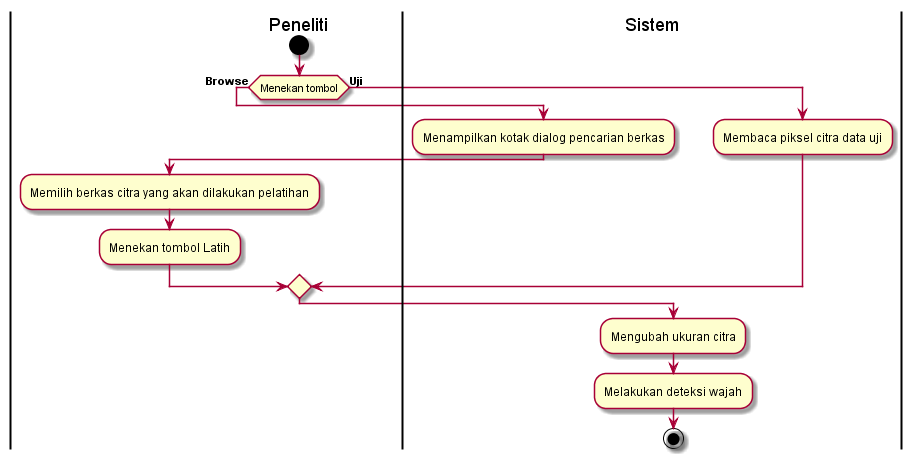
This is diagram/AD_deteksi_wajah.png from ayulestari10/gmisvm, a PlantUML export, as it was before one commit. Its diagram source:
```plantuml
@startuml
|                                      Peneliti |
start

|                                      Peneliti |
if (Menekan tombol) then (**Browse**)
| Sistem |
:Menampilkan kotak dialog pencarian berkas;
|                                      Peneliti |
:Memilih berkas citra yang akan dilakukan pelatihan;
|                                      Peneliti |
:Menekan tombol Latih;
| Sistem |

else (**Uji          **)
| Sistem |
:Membaca piksel citra data uji;
endif
:Mengubah ukuran citra;
:Melakukan deteksi wajah;


stop
@enduml
```
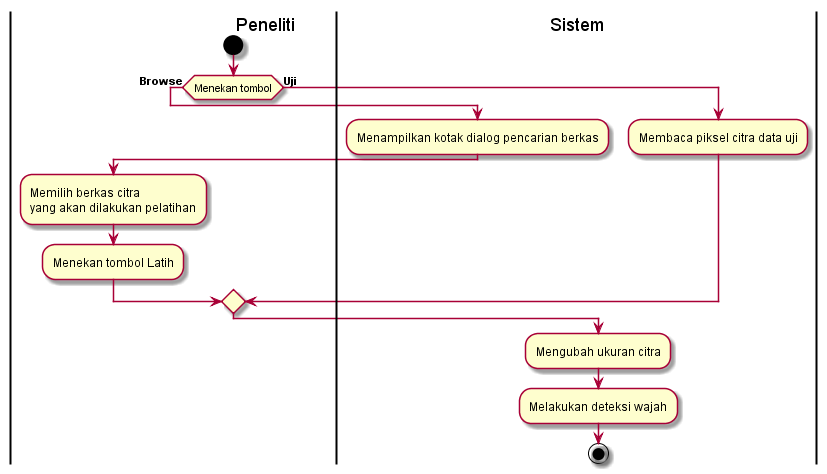
After the commit.

Change to the diagram source:
```diff
@@ -7,7 +7,7 @@
 | Sistem |
 :Menampilkan kotak dialog pencarian berkas;
 |                                      Peneliti |
-:Memilih berkas citra yang akan dilakukan pelatihan;
+:Memilih berkas citra\nyang akan dilakukan pelatihan;
 |                                      Peneliti |
 :Menekan tombol Latih;
 | Sistem |
```
